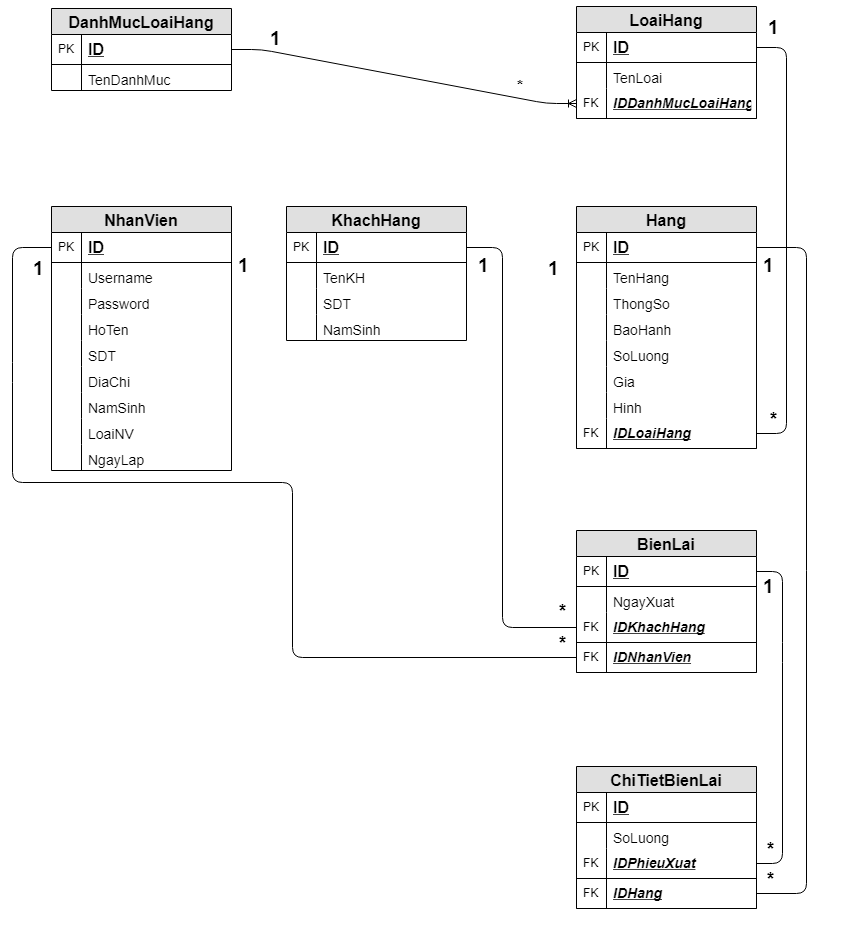
Earlier version of the draw.io export DatabaseAnalyst/QL_BanHang.png (thienqnpro02/school). Source tidied: cells renumbered, new cells last; positions are measured from the earlier drawing's top-left corner, leaving out a move shared by most shapes.
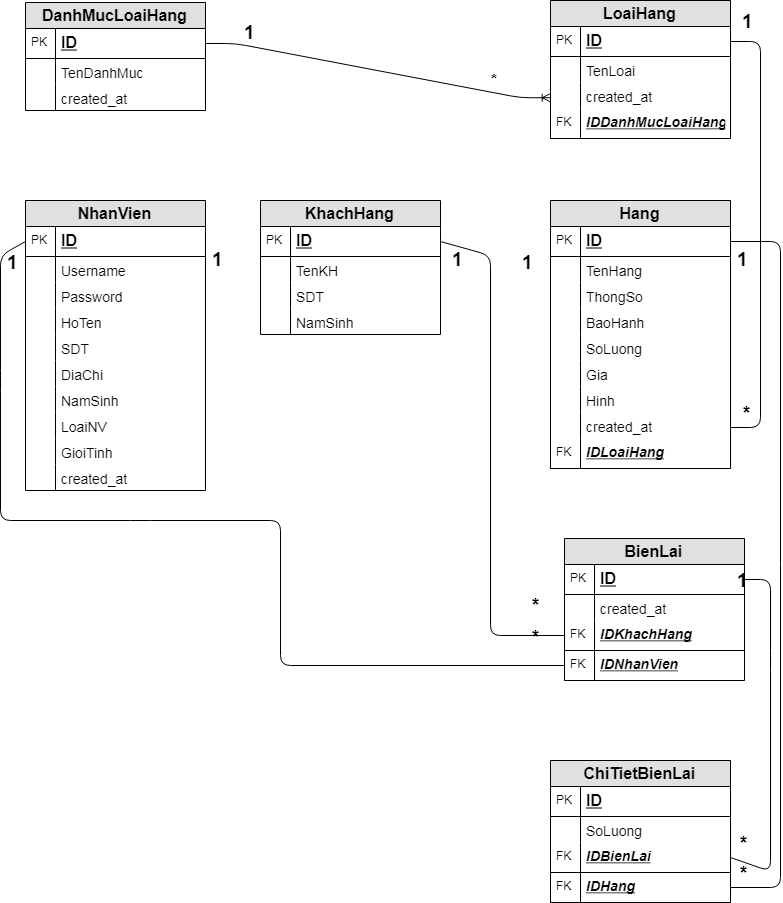
After the change.

Diff of the diagram source:
```diff
@@ -3,7 +3,7 @@
     <mxCell id="0" />
     <mxCell id="1" parent="0" />
     <mxCell id="2" value="DanhMucLoaiHang" style="swimlane;fontStyle=1;horizontal=1;startSize=26;fillColor=#e0e0e0;swimlaneFillColor=#ffffff;align=center;fontSize=16;" parent="1" vertex="1">
-      <mxGeometry x="25" y="2" width="180" height="82" as="geometry" />
+      <mxGeometry x="25" y="2" width="180" height="108" as="geometry" />
     </mxCell>
     <mxCell id="3" value="ID" style="shape=partialRectangle;top=0;left=0;right=0;bottom=1;align=left;verticalAlign=middle;fillColor=none;spacingLeft=34;spacingRight=4;overflow=hidden;points=[[0,0.5],[1,0.5]];portConstraint=eastwest;fontStyle=5;fontSize=16;" parent="2" vertex="1">
       <mxGeometry y="26" width="180" height="30" as="geometry" />
@@ -17,8 +17,14 @@
     <mxCell id="6" style="shape=partialRectangle;top=0;left=0;bottom=0;fillColor=none;align=left;verticalAlign=top;spacingLeft=4;spacingRight=4;overflow=hidden;fontSize=12;" parent="5" vertex="1">
       <mxGeometry width="30" height="26" as="geometry" />
     </mxCell>
+    <mxCell id="97" value="created_at" style="shape=partialRectangle;top=0;left=0;right=0;bottom=0;align=left;verticalAlign=top;fillColor=none;spacingLeft=34;spacingRight=4;overflow=hidden;fontSize=14;" parent="2" vertex="1">
+      <mxGeometry y="82" width="180" height="26" as="geometry" />
+    </mxCell>
+    <mxCell id="98" style="shape=partialRectangle;top=0;left=0;bottom=0;fillColor=none;align=left;verticalAlign=top;spacingLeft=4;spacingRight=4;overflow=hidden;fontSize=12;" parent="97" vertex="1">
+      <mxGeometry width="30" height="26" as="geometry" />
+    </mxCell>
     <mxCell id="7" value="LoaiHang" style="swimlane;fontStyle=1;horizontal=1;startSize=26;fillColor=#e0e0e0;swimlaneFillColor=#ffffff;align=center;fontSize=16;" parent="1" vertex="1">
-      <mxGeometry x="550" width="180" height="112" as="geometry" />
+      <mxGeometry x="550" width="180" height="138" as="geometry" />
     </mxCell>
     <mxCell id="8" value="ID" style="shape=partialRectangle;top=0;left=0;right=0;bottom=1;align=left;verticalAlign=middle;fillColor=none;spacingLeft=34;spacingRight=4;overflow=hidden;points=[[0,0.5],[1,0.5]];portConstraint=eastwest;fontStyle=5;fontSize=16;" parent="7" vertex="1">
       <mxGeometry y="26" width="180" height="30" as="geometry" />
@@ -32,14 +38,22 @@
     <mxCell id="11" style="shape=partialRectangle;top=0;left=0;bottom=0;fillColor=none;align=left;verticalAlign=top;spacingLeft=4;spacingRight=4;overflow=hidden;fontSize=12;" parent="10" vertex="1">
       <mxGeometry width="30" height="26" as="geometry" />
     </mxCell>
+    <mxCell id="99" value="created_at" style="shape=partialRectangle;top=0;left=0;right=0;bottom=0;align=left;verticalAlign=top;fillColor=none;spacingLeft=34;spacingRight=4;overflow=hidden;fontSize=14;" parent="7" vertex="1">
+      <mxGeometry y="82" width="180" height="26" as="geometry" />
+    </mxCell>
+    <mxCell id="100" style="shape=partialRectangle;top=0;left=0;bottom=0;fillColor=none;align=left;verticalAlign=top;spacingLeft=4;spacingRight=4;overflow=hidden;fontSize=12;" parent="99" vertex="1">
+      <mxGeometry width="30" height="26" as="geometry" />
+    </mxCell>
     <mxCell id="12" value="IDDanhMucLoaiHang" style="shape=partialRectangle;top=0;left=0;right=0;bottom=1;align=left;verticalAlign=middle;fillColor=none;spacingLeft=34;spacingRight=4;overflow=hidden;points=[[0,0.5],[1,0.5]];portConstraint=eastwest;fontStyle=7;fontSize=14;" parent="7" vertex="1">
-      <mxGeometry y="82" width="180" height="30" as="geometry" />
+      <mxGeometry y="108" width="180" height="30" as="geometry" />
     </mxCell>
-    <mxCell id="13" value="FK" style="shape=partialRectangle;top=0;left=0;bottom=0;fillColor=none;align=left;verticalAlign=middle;spacingLeft=4;spacingRight=4;overflow=hidden;fontSize=12;" parent="12" vertex="1">
-      <mxGeometry width="30" height="30" as="geometry" />
-    </mxCell>
+    <mxCell id="101" value="FK" style="shape=partialRectangle;top=0;left=0;bottom=0;fillColor=none;align=left;verticalAlign=middle;spacingLeft=4;spacingRight=4;overflow=hidden;fontSize=12;" parent="12" vertex="1">
+      <mxGeometry width="30" height="30" as="geometry" />
+    </mxCell>
-    <mxCell id="14" style="edgeStyle=entityRelationEdgeStyle;fontSize=12;html=1;endArrow=ERoneToMany;entryX=0;entryY=0.5;entryDx=0;entryDy=0;" parent="1" edge="1" source="3" target="12">
-      <mxGeometry relative="1" as="geometry" />
+    <mxCell id="14" style="edgeStyle=entityRelationEdgeStyle;fontSize=12;html=1;endArrow=ERoneToMany;entryX=0;entryY=0.5;entryDx=0;entryDy=0;" parent="1" edge="1" source="3">
+      <mxGeometry relative="1" as="geometry">
+        <mxPoint x="549.7" y="97.2" as="targetPoint" />
+      </mxGeometry>
     </mxCell>
     <mxCell id="15" value="1" style="text;html=1;align=center;verticalAlign=middle;labelBackgroundColor=#ffffff;fontSize=19;fontStyle=1;" parent="14" vertex="1">
       <mxGeometry x="-0.73" y="2" relative="1" as="geometry">
@@ -52,7 +66,7 @@
       </mxGeometry>
     </mxCell>
     <mxCell id="17" value="Hang" style="swimlane;fontStyle=1;horizontal=1;startSize=26;fillColor=#e0e0e0;swimlaneFillColor=#ffffff;align=center;fontSize=16;" parent="1" vertex="1">
-      <mxGeometry x="550" y="200" width="180" height="242" as="geometry" />
+      <mxGeometry x="550" y="200" width="180" height="268" as="geometry" />
     </mxCell>
     <mxCell id="18" value="ID" style="shape=partialRectangle;top=0;left=0;right=0;bottom=1;align=left;verticalAlign=middle;fillColor=none;spacingLeft=34;spacingRight=4;overflow=hidden;points=[[0,0.5],[1,0.5]];portConstraint=eastwest;fontStyle=5;fontSize=16;" parent="17" vertex="1">
       <mxGeometry y="26" width="180" height="30" as="geometry" />
@@ -96,14 +110,21 @@
     <mxCell id="31" style="shape=partialRectangle;top=0;left=0;bottom=0;fillColor=none;align=left;verticalAlign=top;spacingLeft=4;spacingRight=4;overflow=hidden;fontSize=12;" parent="30" vertex="1">
       <mxGeometry width="30" height="26" as="geometry" />
     </mxCell>
+    <mxCell id="102" value="created_at" style="shape=partialRectangle;top=0;left=0;right=0;bottom=0;align=left;verticalAlign=top;fillColor=none;spacingLeft=34;spacingRight=4;overflow=hidden;fontSize=14;" parent="17" vertex="1">
+      <mxGeometry y="212" width="180" height="26" as="geometry" />
+    </mxCell>
+    <mxCell id="103" style="shape=partialRectangle;top=0;left=0;bottom=0;fillColor=none;align=left;verticalAlign=top;spacingLeft=4;spacingRight=4;overflow=hidden;fontSize=12;" parent="102" vertex="1">
+      <mxGeometry width="30" height="26" as="geometry" />
+    </mxCell>
     <mxCell id="32" value="IDLoaiHang" style="shape=partialRectangle;top=0;left=0;right=0;bottom=1;align=left;verticalAlign=middle;fillColor=none;spacingLeft=34;spacingRight=4;overflow=hidden;points=[[0,0.5],[1,0.5]];portConstraint=eastwest;fontStyle=7;fontSize=14;" parent="17" vertex="1">
-      <mxGeometry y="212" width="180" height="30" as="geometry" />
+      <mxGeometry y="238" width="180" height="30" as="geometry" />
     </mxCell>
-    <mxCell id="33" value="FK" style="shape=partialRectangle;top=0;left=0;bottom=0;fillColor=none;align=left;verticalAlign=middle;spacingLeft=4;spacingRight=4;overflow=hidden;fontSize=12;" parent="32" vertex="1">
-      <mxGeometry width="30" height="30" as="geometry" />
-    </mxCell>
+    <mxCell id="104" value="FK" style="shape=partialRectangle;top=0;left=0;bottom=0;fillColor=none;align=left;verticalAlign=middle;spacingLeft=4;spacingRight=4;overflow=hidden;fontSize=12;" parent="32" vertex="1">
+      <mxGeometry width="30" height="30" as="geometry" />
+    </mxCell>
-    <mxCell id="34" style="endArrow=none;html=1;fontSize=19;exitX=1;exitY=0.5;exitDx=0;exitDy=0;entryX=1;entryY=0.5;entryDx=0;entryDy=0;" parent="1" edge="1" source="32" target="8">
+    <mxCell id="34" style="endArrow=none;html=1;fontSize=19;exitX=1;exitY=0.5;exitDx=0;exitDy=0;entryX=1;entryY=0.5;entryDx=0;entryDy=0;" parent="1" edge="1" target="8">
       <mxGeometry relative="1" as="geometry">
+        <mxPoint x="730" y="427" as="sourcePoint" />
         <Array as="points">
           <mxPoint x="760" y="427" />
           <mxPoint x="760" y="41" />
@@ -174,7 +195,7 @@
     <mxCell id="52" value="PK" style="shape=partialRectangle;top=0;left=0;bottom=0;fillColor=none;align=left;verticalAlign=middle;spacingLeft=4;spacingRight=4;overflow=hidden;fontSize=12;" parent="51" vertex="1">
       <mxGeometry width="30" height="30" as="geometry" />
     </mxCell>
-    <mxCell id="53" value="NgayXuat" style="shape=partialRectangle;top=0;left=0;right=0;bottom=0;align=left;verticalAlign=top;fillColor=none;spacingLeft=34;spacingRight=4;overflow=hidden;fontSize=14;" parent="50" vertex="1">
+    <mxCell id="53" value="created_at" style="shape=partialRectangle;top=0;left=0;right=0;bottom=0;align=left;verticalAlign=top;fillColor=none;spacingLeft=34;spacingRight=4;overflow=hidden;fontSize=14;" parent="50" vertex="1">
       <mxGeometry y="56" width="180" height="26" as="geometry" />
     </mxCell>
     <mxCell id="54" style="shape=partialRectangle;top=0;left=0;bottom=0;fillColor=none;align=left;verticalAlign=top;spacingLeft=4;spacingRight=4;overflow=hidden;fontSize=12;" parent="53" vertex="1">
@@ -207,7 +228,7 @@
     <mxCell id="63" style="shape=partialRectangle;top=0;left=0;bottom=0;fillColor=none;align=left;verticalAlign=top;spacingLeft=4;spacingRight=4;overflow=hidden;fontSize=12;" parent="62" vertex="1">
       <mxGeometry width="30" height="26" as="geometry" />
     </mxCell>
-    <mxCell id="64" value="IDPhieuXuat" style="shape=partialRectangle;top=0;left=0;right=0;bottom=1;align=left;verticalAlign=middle;fillColor=none;spacingLeft=34;spacingRight=4;overflow=hidden;points=[[0,0.5],[1,0.5]];portConstraint=eastwest;fontStyle=7;fontSize=14;" parent="59" vertex="1">
+    <mxCell id="64" value="IDBienLai" style="shape=partialRectangle;top=0;left=0;right=0;bottom=1;align=left;verticalAlign=middle;fillColor=none;spacingLeft=34;spacingRight=4;overflow=hidden;points=[[0,0.5],[1,0.5]];portConstraint=eastwest;fontStyle=7;fontSize=14;" parent="59" vertex="1">
       <mxGeometry y="82" width="180" height="30" as="geometry" />
     </mxCell>
     <mxCell id="65" value="FK" style="shape=partialRectangle;top=0;left=0;bottom=0;fillColor=none;align=left;verticalAlign=middle;spacingLeft=4;spacingRight=4;overflow=hidden;fontSize=12;" parent="64" vertex="1">
@@ -243,7 +264,7 @@
       <mxGeometry x="450" y="246" width="30" height="20" as="geometry" />
     </mxCell>
     <mxCell id="72" value="NhanVien" style="swimlane;fontStyle=1;horizontal=1;startSize=26;fillColor=#e0e0e0;swimlaneFillColor=#ffffff;align=center;fontSize=16;" parent="1" vertex="1">
-      <mxGeometry x="25" y="200" width="180" height="264" as="geometry" />
+      <mxGeometry x="25" y="200" width="180" height="290" as="geometry" />
     </mxCell>
     <mxCell id="73" value="ID" style="shape=partialRectangle;top=0;left=0;right=0;bottom=1;align=left;verticalAlign=middle;fillColor=none;spacingLeft=34;spacingRight=4;overflow=hidden;points=[[0,0.5],[1,0.5]];portConstraint=eastwest;fontStyle=5;fontSize=16;" parent="72" vertex="1">
       <mxGeometry y="26" width="180" height="30" as="geometry" />
@@ -293,12 +314,18 @@
     <mxCell id="88" style="shape=partialRectangle;top=0;left=0;bottom=0;fillColor=none;align=left;verticalAlign=top;spacingLeft=4;spacingRight=4;overflow=hidden;fontSize=12;" parent="87" vertex="1">
       <mxGeometry width="30" height="26" as="geometry" />
     </mxCell>
-    <mxCell id="89" value="NgayLap" style="shape=partialRectangle;top=0;left=0;right=0;bottom=0;align=left;verticalAlign=top;fillColor=none;spacingLeft=34;spacingRight=4;overflow=hidden;fontSize=14;" parent="72" vertex="1">
+    <mxCell id="89" value="GioiTinh" style="shape=partialRectangle;top=0;left=0;right=0;bottom=0;align=left;verticalAlign=top;fillColor=none;spacingLeft=34;spacingRight=4;overflow=hidden;fontSize=14;" parent="72" vertex="1">
       <mxGeometry y="238" width="180" height="26" as="geometry" />
     </mxCell>
     <mxCell id="90" style="shape=partialRectangle;top=0;left=0;bottom=0;fillColor=none;align=left;verticalAlign=top;spacingLeft=4;spacingRight=4;overflow=hidden;fontSize=12;" parent="89" vertex="1">
       <mxGeometry width="30" height="26" as="geometry" />
     </mxCell>
+    <mxCell id="105" value="created_at" style="shape=partialRectangle;top=0;left=0;right=0;bottom=0;align=left;verticalAlign=top;fillColor=none;spacingLeft=34;spacingRight=4;overflow=hidden;fontSize=14;" parent="72" vertex="1">
+      <mxGeometry y="264" width="180" height="26" as="geometry" />
+    </mxCell>
+    <mxCell id="106" style="shape=partialRectangle;top=0;left=0;bottom=0;fillColor=none;align=left;verticalAlign=top;spacingLeft=4;spacingRight=4;overflow=hidden;fontSize=12;" parent="105" vertex="1">
+      <mxGeometry width="30" height="26" as="geometry" />
+    </mxCell>
     <mxCell id="91" value="&lt;b&gt;1&lt;/b&gt;" style="text;html=1;align=left;verticalAlign=top;spacingTop=-4;fontSize=19;" parent="1" vertex="1">
       <mxGeometry x="210" y="246" width="30" height="20" as="geometry" />
     </mxCell>
@@ -307,8 +334,9 @@
         <Array as="points">
           <mxPoint y="255" />
           <mxPoint y="380" />
-          <mxPoint y="490" />
-          <mxPoint x="280" y="490" />
+          <mxPoint y="520" />
+          <mxPoint x="140" y="520" />
+          <mxPoint x="280" y="520" />
           <mxPoint x="280" y="665" />
         </Array>
       </mxGeometry>
```
